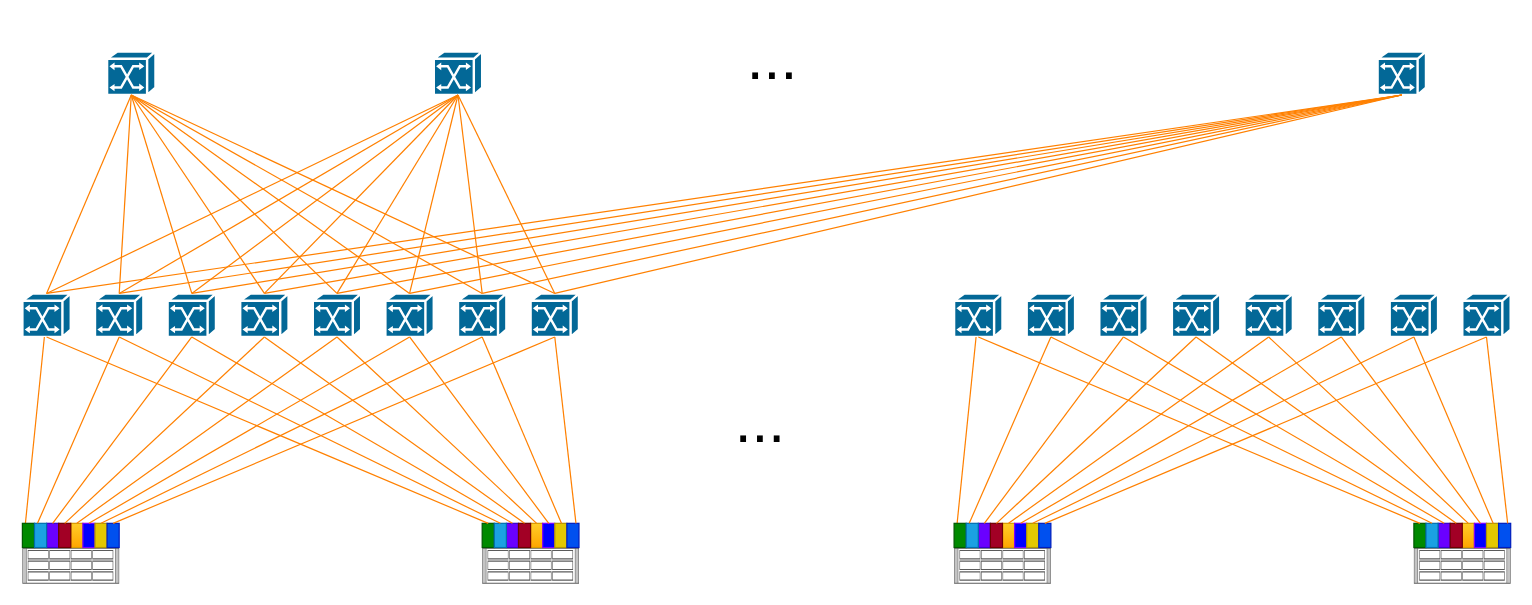
Above: 三层IB网络架构.drawio in hel-2000/network-draw (draw.io), before the change. Source tidied: cells renumbered, new cells numbered last; positions are measured from the earlier drawing's top-left corner, leaving out a move shared by most shapes. Both pictures are drawn from the tidied source at 121%, with x=0, y=0 at pixel (22, 39).
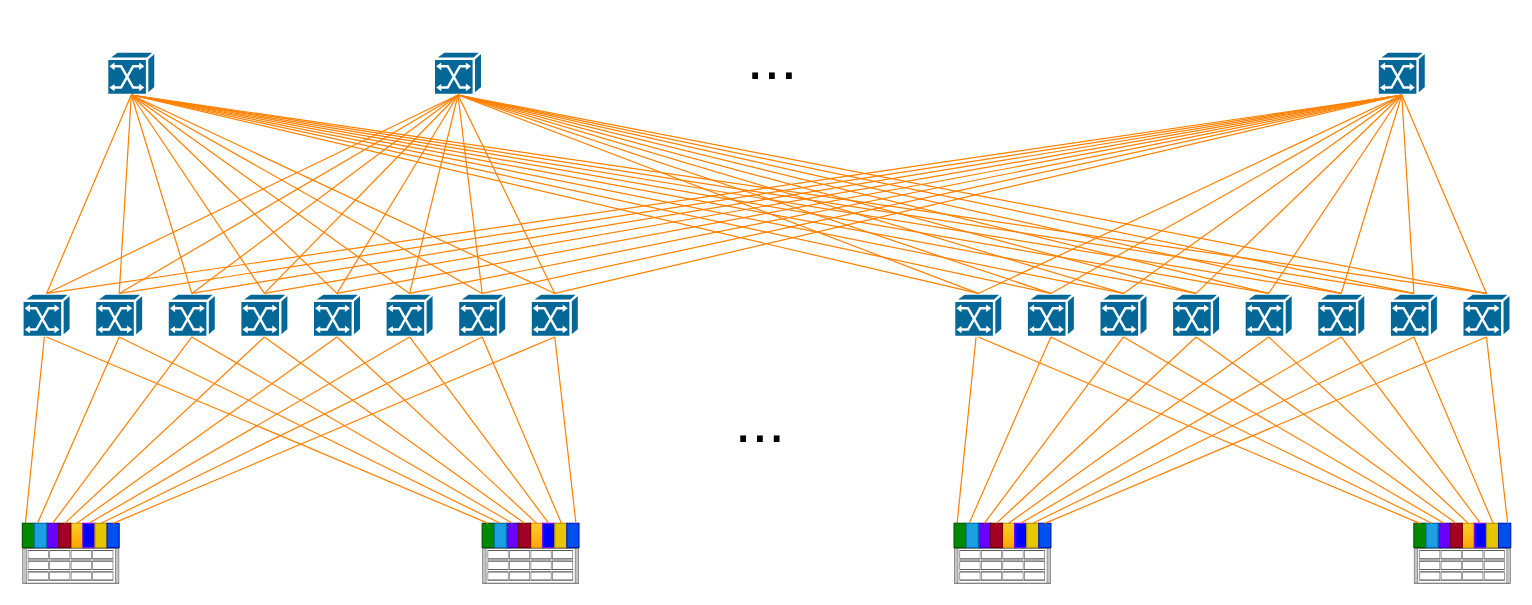
The same page after the edit.

Commit message (it also covers changes not shown here):
更新三层IB网络架构.drawio

Unchanged cells that the change refers to:
```xml
<mxCell id="44" style="shape=mxgraph.cisco.switches.atm_switch;sketch=0;html=1;dashed=0;fillColor=#036897;strokeColor=#ffffff;strokeWidth=2;verticalLabelPosition=bottom;verticalAlign=top;align=center;outlineConnect=0;" parent="1" vertex="1">
  <mxGeometry x="770" y="210" width="40" height="36" as="geometry" />
</mxCell>
<mxCell id="64" style="shape=mxgraph.cisco.switches.atm_switch;sketch=0;html=1;dashed=0;fillColor=#036897;strokeColor=#ffffff;strokeWidth=2;verticalLabelPosition=bottom;verticalAlign=top;align=center;outlineConnect=0;" parent="1" vertex="1">
  <mxGeometry x="830" y="210" width="40" height="36" as="geometry" />
</mxCell>
<mxCell id="65" style="shape=mxgraph.cisco.switches.atm_switch;sketch=0;html=1;dashed=0;fillColor=#036897;strokeColor=#ffffff;strokeWidth=2;verticalLabelPosition=bottom;verticalAlign=top;align=center;outlineConnect=0;" parent="1" vertex="1">
  <mxGeometry x="890" y="210" width="40" height="36" as="geometry" />
</mxCell>
<mxCell id="66" style="shape=mxgraph.cisco.switches.atm_switch;sketch=0;html=1;dashed=0;fillColor=#036897;strokeColor=#ffffff;strokeWidth=2;verticalLabelPosition=bottom;verticalAlign=top;align=center;outlineConnect=0;" parent="1" vertex="1">
  <mxGeometry x="950" y="210" width="40" height="36" as="geometry" />
</mxCell>
<mxCell id="67" style="shape=mxgraph.cisco.switches.atm_switch;sketch=0;html=1;dashed=0;fillColor=#036897;strokeColor=#ffffff;strokeWidth=2;verticalLabelPosition=bottom;verticalAlign=top;align=center;outlineConnect=0;" parent="1" vertex="1">
  <mxGeometry x="1010" y="210" width="40" height="36" as="geometry" />
</mxCell>
<mxCell id="68" style="shape=mxgraph.cisco.switches.atm_switch;sketch=0;html=1;dashed=0;fillColor=#036897;strokeColor=#ffffff;strokeWidth=2;verticalLabelPosition=bottom;verticalAlign=top;align=center;outlineConnect=0;" parent="1" vertex="1">
  <mxGeometry x="1070" y="210" width="40" height="36" as="geometry" />
</mxCell>
<mxCell id="69" style="shape=mxgraph.cisco.switches.atm_switch;sketch=0;html=1;dashed=0;fillColor=#036897;strokeColor=#ffffff;strokeWidth=2;verticalLabelPosition=bottom;verticalAlign=top;align=center;outlineConnect=0;" parent="1" vertex="1">
  <mxGeometry x="1130" y="210" width="40" height="36" as="geometry" />
</mxCell>
<mxCell id="70" style="shape=mxgraph.cisco.switches.atm_switch;sketch=0;html=1;dashed=0;fillColor=#036897;strokeColor=#ffffff;strokeWidth=2;verticalLabelPosition=bottom;verticalAlign=top;align=center;outlineConnect=0;" parent="1" vertex="1">
  <mxGeometry x="1190" y="210" width="40" height="36" as="geometry" />
</mxCell>
<mxCell id="86" style="shape=mxgraph.cisco.switches.atm_switch;sketch=0;html=1;dashed=0;fillColor=#036897;strokeColor=#ffffff;strokeWidth=2;verticalLabelPosition=bottom;verticalAlign=top;align=center;outlineConnect=0;" parent="1" vertex="1">
  <mxGeometry x="70" y="10" width="40" height="36" as="geometry" />
</mxCell>
<mxCell id="87" style="shape=mxgraph.cisco.switches.atm_switch;sketch=0;html=1;dashed=0;fillColor=#036897;strokeColor=#ffffff;strokeWidth=2;verticalLabelPosition=bottom;verticalAlign=top;align=center;outlineConnect=0;" parent="1" vertex="1">
  <mxGeometry x="340" y="10" width="40" height="36" as="geometry" />
</mxCell>
<mxCell id="88" style="shape=mxgraph.cisco.switches.atm_switch;sketch=0;html=1;dashed=0;fillColor=#036897;strokeColor=#ffffff;strokeWidth=2;verticalLabelPosition=bottom;verticalAlign=top;align=center;outlineConnect=0;" parent="1" vertex="1">
  <mxGeometry x="1120" y="10" width="40" height="36" as="geometry" />
</mxCell>
```

Change to the diagram source:
```diff
@@
+    <mxCell id="115" style="rounded=0;jettySize=auto;html=1;exitX=0.5;exitY=0;exitDx=0;exitDy=0;startArrow=none;startFill=0;strokeWidth=1;endArrow=none;endFill=0;strokeColor=#FF8000;entryX=0.5;entryY=1;entryDx=0;entryDy=0;entryPerimeter=0;exitPerimeter=0;" parent="1" edge="1" source="44" target="88">
+      <mxGeometry relative="1" as="geometry" />
+    </mxCell>
+    <mxCell id="116" style="rounded=0;jettySize=auto;html=1;exitX=0.5;exitY=0;exitDx=0;exitDy=0;startArrow=none;startFill=0;strokeWidth=1;endArrow=none;endFill=0;strokeColor=#FF8000;entryX=0.5;entryY=1;entryDx=0;entryDy=0;entryPerimeter=0;exitPerimeter=0;" parent="1" edge="1" source="44" target="86">
+      <mxGeometry relative="1" as="geometry" />
+    </mxCell>
+    <mxCell id="117" style="rounded=0;jettySize=auto;html=1;exitX=0.5;exitY=0;exitDx=0;exitDy=0;startArrow=none;startFill=0;strokeWidth=1;endArrow=none;endFill=0;strokeColor=#FF8000;entryX=0.5;entryY=1;entryDx=0;entryDy=0;entryPerimeter=0;exitPerimeter=0;" parent="1" edge="1" source="64" target="86">
+      <mxGeometry relative="1" as="geometry" />
+    </mxCell>
+    <mxCell id="118" style="rounded=0;jettySize=auto;html=1;exitX=0.5;exitY=0;exitDx=0;exitDy=0;startArrow=none;startFill=0;strokeWidth=1;endArrow=none;endFill=0;strokeColor=#FF8000;entryX=0.5;entryY=1;entryDx=0;entryDy=0;entryPerimeter=0;exitPerimeter=0;" parent="1" edge="1" source="65" target="86">
+      <mxGeometry relative="1" as="geometry" />
+    </mxCell>
+    <mxCell id="119" style="rounded=0;jettySize=auto;html=1;exitX=0.5;exitY=0;exitDx=0;exitDy=0;startArrow=none;startFill=0;strokeWidth=1;endArrow=none;endFill=0;strokeColor=#FF8000;entryX=0.5;entryY=1;entryDx=0;entryDy=0;entryPerimeter=0;exitPerimeter=0;" parent="1" edge="1" source="66" target="86">
+      <mxGeometry relative="1" as="geometry" />
+    </mxCell>
+    <mxCell id="120" style="rounded=0;jettySize=auto;html=1;exitX=0.5;exitY=0;exitDx=0;exitDy=0;startArrow=none;startFill=0;strokeWidth=1;endArrow=none;endFill=0;strokeColor=#FF8000;entryX=0.5;entryY=1;entryDx=0;entryDy=0;entryPerimeter=0;exitPerimeter=0;" parent="1" edge="1" source="67" target="86">
+      <mxGeometry relative="1" as="geometry" />
+    </mxCell>
+    <mxCell id="121" style="rounded=0;jettySize=auto;html=1;exitX=0.5;exitY=0;exitDx=0;exitDy=0;startArrow=none;startFill=0;strokeWidth=1;endArrow=none;endFill=0;strokeColor=#FF8000;entryX=0.5;entryY=1;entryDx=0;entryDy=0;entryPerimeter=0;exitPerimeter=0;" parent="1" edge="1" source="68" target="86">
+      <mxGeometry relative="1" as="geometry" />
+    </mxCell>
+    <mxCell id="122" style="rounded=0;jettySize=auto;html=1;exitX=0.5;exitY=0;exitDx=0;exitDy=0;startArrow=none;startFill=0;strokeWidth=1;endArrow=none;endFill=0;strokeColor=#FF8000;entryX=0.5;entryY=1;entryDx=0;entryDy=0;entryPerimeter=0;exitPerimeter=0;" parent="1" edge="1" source="69" target="86">
+      <mxGeometry relative="1" as="geometry" />
+    </mxCell>
+    <mxCell id="123" style="rounded=0;jettySize=auto;html=1;exitX=0.5;exitY=0;exitDx=0;exitDy=0;startArrow=none;startFill=0;strokeWidth=1;endArrow=none;endFill=0;strokeColor=#FF8000;entryX=0.5;entryY=1;entryDx=0;entryDy=0;entryPerimeter=0;exitPerimeter=0;" parent="1" edge="1" source="70" target="86">
+      <mxGeometry relative="1" as="geometry" />
+    </mxCell>
+    <mxCell id="124" style="rounded=0;jettySize=auto;html=1;exitX=0.5;exitY=0;exitDx=0;exitDy=0;startArrow=none;startFill=0;strokeWidth=1;endArrow=none;endFill=0;strokeColor=#FF8000;entryX=0.5;entryY=1;entryDx=0;entryDy=0;entryPerimeter=0;exitPerimeter=0;" parent="1" edge="1" source="44" target="87">
+      <mxGeometry relative="1" as="geometry" />
+    </mxCell>
+    <mxCell id="125" style="rounded=0;jettySize=auto;html=1;exitX=0.5;exitY=0;exitDx=0;exitDy=0;startArrow=none;startFill=0;strokeWidth=1;endArrow=none;endFill=0;strokeColor=#FF8000;entryX=0.5;entryY=1;entryDx=0;entryDy=0;entryPerimeter=0;exitPerimeter=0;" parent="1" edge="1" source="64" target="87">
+      <mxGeometry relative="1" as="geometry" />
+    </mxCell>
+    <mxCell id="126" style="rounded=0;jettySize=auto;html=1;exitX=0.5;exitY=0;exitDx=0;exitDy=0;startArrow=none;startFill=0;strokeWidth=1;endArrow=none;endFill=0;strokeColor=#FF8000;entryX=0.5;entryY=1;entryDx=0;entryDy=0;entryPerimeter=0;exitPerimeter=0;" parent="1" edge="1" source="65" target="87">
+      <mxGeometry relative="1" as="geometry" />
+    </mxCell>
+    <mxCell id="127" style="rounded=0;jettySize=auto;html=1;exitX=0.5;exitY=0;exitDx=0;exitDy=0;startArrow=none;startFill=0;strokeWidth=1;endArrow=none;endFill=0;strokeColor=#FF8000;entryX=0.5;entryY=1;entryDx=0;entryDy=0;entryPerimeter=0;exitPerimeter=0;" parent="1" edge="1" source="66" target="87">
+      <mxGeometry relative="1" as="geometry" />
+    </mxCell>
+    <mxCell id="128" style="rounded=0;jettySize=auto;html=1;exitX=0.5;exitY=0;exitDx=0;exitDy=0;startArrow=none;startFill=0;strokeWidth=1;endArrow=none;endFill=0;strokeColor=#FF8000;entryX=0.5;entryY=1;entryDx=0;entryDy=0;entryPerimeter=0;exitPerimeter=0;" parent="1" edge="1" source="67" target="87">
+      <mxGeometry relative="1" as="geometry" />
+    </mxCell>
+    <mxCell id="129" style="rounded=0;jettySize=auto;html=1;exitX=0.5;exitY=0;exitDx=0;exitDy=0;startArrow=none;startFill=0;strokeWidth=1;endArrow=none;endFill=0;strokeColor=#FF8000;entryX=0.5;entryY=1;entryDx=0;entryDy=0;entryPerimeter=0;exitPerimeter=0;" parent="1" edge="1" source="68" target="87">
+      <mxGeometry relative="1" as="geometry" />
+    </mxCell>
+    <mxCell id="130" style="rounded=0;jettySize=auto;html=1;exitX=0.5;exitY=0;exitDx=0;exitDy=0;startArrow=none;startFill=0;strokeWidth=1;endArrow=none;endFill=0;strokeColor=#FF8000;entryX=0.5;entryY=1;entryDx=0;entryDy=0;entryPerimeter=0;exitPerimeter=0;" parent="1" edge="1" source="69" target="87">
+      <mxGeometry relative="1" as="geometry" />
+    </mxCell>
+    <mxCell id="131" style="rounded=0;jettySize=auto;html=1;exitX=0.5;exitY=0;exitDx=0;exitDy=0;startArrow=none;startFill=0;strokeWidth=1;endArrow=none;endFill=0;strokeColor=#FF8000;entryX=0.5;entryY=1;entryDx=0;entryDy=0;entryPerimeter=0;exitPerimeter=0;" parent="1" edge="1" source="70" target="87">
+      <mxGeometry relative="1" as="geometry" />
+    </mxCell>
+    <mxCell id="132" style="rounded=0;jettySize=auto;html=1;exitX=0.5;exitY=0;exitDx=0;exitDy=0;startArrow=none;startFill=0;strokeWidth=1;endArrow=none;endFill=0;strokeColor=#FF8000;exitPerimeter=0;entryX=0.5;entryY=1;entryDx=0;entryDy=0;entryPerimeter=0;" parent="1" edge="1" source="64" target="88">
+      <mxGeometry relative="1" as="geometry" />
+    </mxCell>
+    <mxCell id="133" style="rounded=0;jettySize=auto;html=1;exitX=0.5;exitY=0;exitDx=0;exitDy=0;startArrow=none;startFill=0;strokeWidth=1;endArrow=none;endFill=0;strokeColor=#FF8000;exitPerimeter=0;entryX=0.5;entryY=1;entryDx=0;entryDy=0;entryPerimeter=0;" parent="1" edge="1" source="65" target="88">
+      <mxGeometry relative="1" as="geometry" />
+    </mxCell>
+    <mxCell id="134" style="rounded=0;jettySize=auto;html=1;exitX=0.5;exitY=0;exitDx=0;exitDy=0;startArrow=none;startFill=0;strokeWidth=1;endArrow=none;endFill=0;strokeColor=#FF8000;exitPerimeter=0;entryX=0.5;entryY=1;entryDx=0;entryDy=0;entryPerimeter=0;" parent="1" edge="1" source="66" target="88">
+      <mxGeometry relative="1" as="geometry" />
+    </mxCell>
+    <mxCell id="135" style="rounded=0;jettySize=auto;html=1;exitX=0.5;exitY=0;exitDx=0;exitDy=0;startArrow=none;startFill=0;strokeWidth=1;endArrow=none;endFill=0;strokeColor=#FF8000;exitPerimeter=0;entryX=0.5;entryY=1;entryDx=0;entryDy=0;entryPerimeter=0;" parent="1" edge="1" source="67" target="88">
+      <mxGeometry relative="1" as="geometry" />
+    </mxCell>
+    <mxCell id="136" style="rounded=0;jettySize=auto;html=1;exitX=0.5;exitY=0;exitDx=0;exitDy=0;startArrow=none;startFill=0;strokeWidth=1;endArrow=none;endFill=0;strokeColor=#FF8000;exitPerimeter=0;entryX=0.5;entryY=1;entryDx=0;entryDy=0;entryPerimeter=0;" parent="1" edge="1" source="68" target="88">
+      <mxGeometry relative="1" as="geometry" />
+    </mxCell>
+    <mxCell id="137" style="rounded=0;jettySize=auto;html=1;exitX=0.5;exitY=0;exitDx=0;exitDy=0;startArrow=none;startFill=0;strokeWidth=1;endArrow=none;endFill=0;strokeColor=#FF8000;exitPerimeter=0;entryX=0.5;entryY=1;entryDx=0;entryDy=0;entryPerimeter=0;" parent="1" edge="1" source="69" target="88">
+      <mxGeometry relative="1" as="geometry" />
+    </mxCell>
+    <mxCell id="138" style="rounded=0;jettySize=auto;html=1;exitX=0.5;exitY=0;exitDx=0;exitDy=0;startArrow=none;startFill=0;strokeWidth=1;endArrow=none;endFill=0;strokeColor=#FF8000;exitPerimeter=0;entryX=0.5;entryY=1;entryDx=0;entryDy=0;entryPerimeter=0;" parent="1" edge="1" source="70" target="88">
+      <mxGeometry relative="1" as="geometry" />
+    </mxCell>
```
